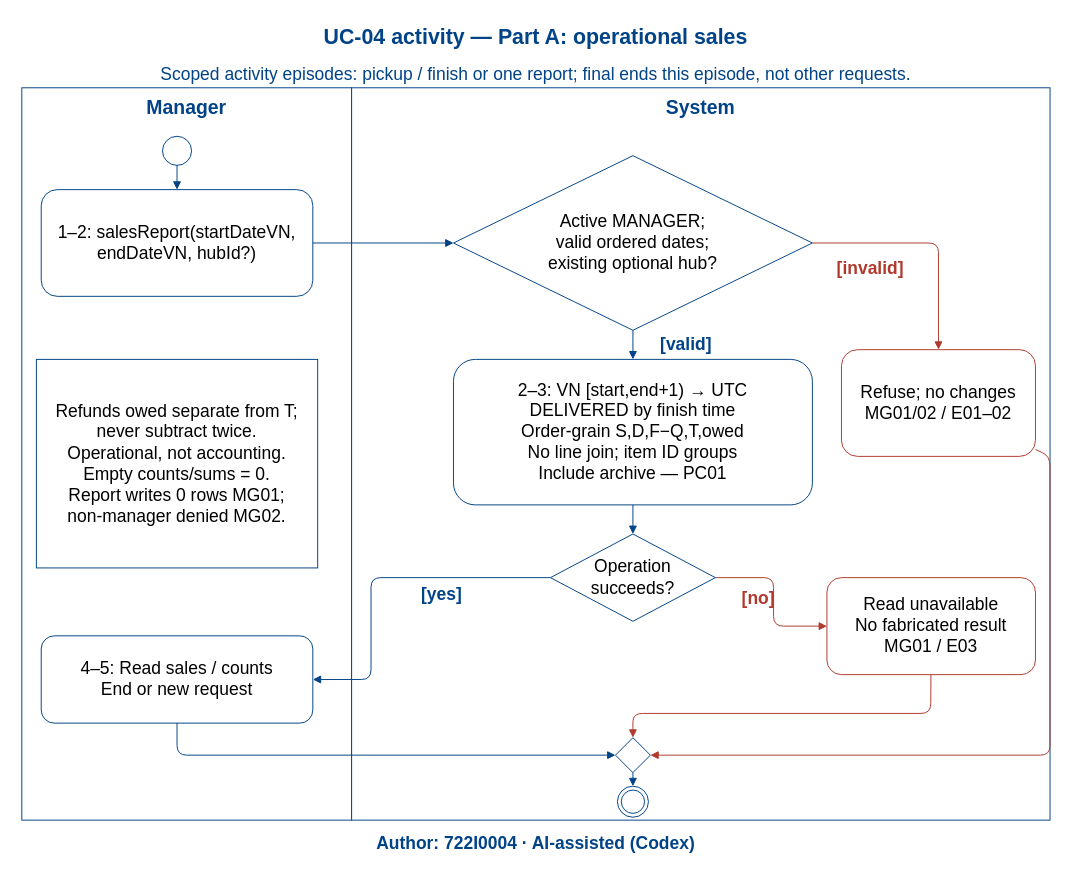
Before: models/UC-04/activity_uc04_PartA.drawio in Dat071104/SaigonBite, a draw.io diagram. Source tidied: cells renumbered, new cells numbered last; positions are measured from the earlier drawing's top-left corner, leaving out a move shared by most shapes. Both pictures are drawn from the tidied source at 97%, with x=0, y=0 at pixel (16, 16).
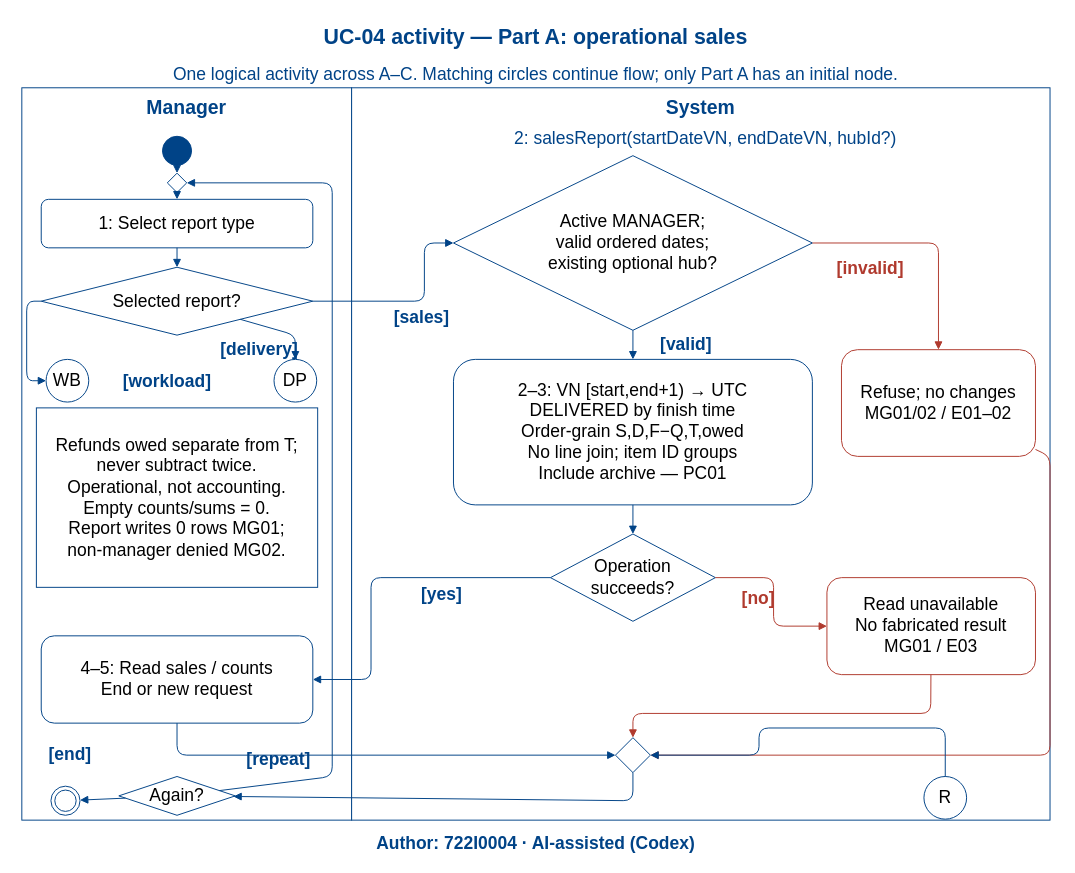
The same diagram, later.

Unchanged cells that the change refers to:
```xml
<mxCell id="10" value="Active MANAGER;&#10;valid ordered dates;&#10;existing optional hub?" style="rhombus;html=0;whiteSpace=wrap;strokeColor=#004387;fillColor=white;fontSize=18;align=center;verticalAlign=middle;" parent="1" vertex="1">
  <mxGeometry x="450" y="143" width="370" height="180" as="geometry" />
</mxCell>
<mxCell id="16" style="rhombus;html=0;whiteSpace=wrap;strokeColor=#004387;fillColor=white;fontSize=18;align=center;verticalAlign=middle;" parent="1" vertex="1">
  <mxGeometry x="617" y="743" width="36" height="36" as="geometry" />
</mxCell>
```

The edit, as a diff of the source:
```diff
@@
-    <mxCell id="8" style="ellipse;html=0;whiteSpace=wrap;strokeColor=#004387;fillColor=white;fontSize=18;align=center;verticalAlign=middle;" parent="1" vertex="1">
+    <mxCell id="8" style="ellipse;html=0;whiteSpace=wrap;strokeColor=#004387;fillColor=#004387;fontSize=18;align=center;verticalAlign=middle;" parent="1" vertex="1">
       <mxGeometry x="150" y="123" width="30" height="30" as="geometry" />
     </mxCell>
-    <mxCell id="9" value="1–2: salesReport(startDateVN,&#10;endDateVN, hubId?)" style="rounded=1;html=0;whiteSpace=wrap;strokeColor=#004387;fillColor=white;fontSize=18;align=center;verticalAlign=middle;" parent="1" vertex="1">
-      <mxGeometry x="25" y="178" width="280" height="110" as="geometry" />
+    <mxCell id="9" value="1: Select report type" style="rounded=1;html=0;whiteSpace=wrap;strokeColor=#004387;fillColor=white;fontSize=18;align=center;verticalAlign=middle;" parent="1" vertex="1">
+      <mxGeometry x="25" y="188" width="280" height="50" as="geometry" />
     </mxCell>
+    <mxCell id="35" value="Selected report?" style="rhombus;html=0;whiteSpace=wrap;strokeColor=#004387;fillColor=white;fontSize=18;align=center;verticalAlign=middle;" parent="1" vertex="1">
+      <mxGeometry x="25" y="258" width="280" height="70" as="geometry" />
+    </mxCell>
@@
+    <mxCell id="36" value="2: salesReport(startDateVN, endDateVN, hubId?)" style="text;html=0;whiteSpace=wrap;fontSize=18;fontColor=#004387;fontStyle=0;align=center;verticalAlign=middle;strokeColor=none;fillColor=none;" parent="1" vertex="1">
+      <mxGeometry x="385" y="112" width="650" height="26" as="geometry" />
+    </mxCell>
@@
+    <mxCell id="37" value="Again?" style="rhombus;html=0;whiteSpace=wrap;strokeColor=#004387;fillColor=white;fontSize=18;align=center;verticalAlign=middle;" parent="1" vertex="1">
+      <mxGeometry x="105" y="783" width="120" height="40" as="geometry" />
+    </mxCell>
     <mxCell id="17" style="shape=endState;html=0;whiteSpace=wrap;strokeColor=#004387;fillColor=white;fontSize=18;align=center;verticalAlign=middle;" parent="1" vertex="1">
-      <mxGeometry x="619" y="793" width="32" height="32" as="geometry" />
+      <mxGeometry x="35" y="793" width="30" height="30" as="geometry" />
     </mxCell>
+    <mxCell id="38" value="R" style="ellipse;html=0;whiteSpace=wrap;strokeColor=#004387;fillColor=white;fontSize=18;align=center;verticalAlign=middle;" parent="1" vertex="1">
+      <mxGeometry x="935" y="783" width="44" height="44" as="geometry" />
+    </mxCell>
+    <mxCell id="39" style="rhombus;html=0;whiteSpace=wrap;strokeColor=#004387;fillColor=white;fontSize=18;align=center;verticalAlign=middle;" parent="1" vertex="1">
+      <mxGeometry x="155" y="161" width="20" height="20" as="geometry" />
+    </mxCell>
     <mxCell id="18" value="Refunds owed separate from T;&#10;never subtract twice.&#10;Operational, not accounting.&#10;Empty counts/sums = 0.&#10;Report writes 0 rows MG01;&#10;non-manager denied MG02." style="rounded=0;html=0;whiteSpace=wrap;strokeColor=#004387;fillColor=white;fontSize=18;align=center;verticalAlign=middle;" parent="1" vertex="1">
-      <mxGeometry x="20" y="353" width="290" height="215" as="geometry" />
+      <mxGeometry x="20" y="403" width="290" height="185" as="geometry" />
     </mxCell>
-    <mxCell id="19" style="edgeStyle=none;html=0;endArrow=block;strokeColor=#004387;" parent="1" edge="1" source="8" target="9">
+    <mxCell id="19" style="edgeStyle=none;html=0;endArrow=block;strokeColor=#004387;" parent="1" edge="1" source="8" target="39">
       <mxGeometry relative="1" as="geometry" />
     </mxCell>
+    <mxCell id="40" style="edgeStyle=none;html=0;endArrow=block;strokeColor=#004387;" parent="1" edge="1" source="39" target="9">
+      <mxGeometry relative="1" as="geometry" />
+    </mxCell>
+    <mxCell id="41" style="edgeStyle=none;html=0;endArrow=block;strokeColor=#004387;" parent="1" edge="1" source="9" target="35">
+      <mxGeometry relative="1" as="geometry" />
+    </mxCell>
-    <mxCell id="20" style="edgeStyle=none;html=0;endArrow=block;strokeColor=#004387;" parent="1" edge="1" source="9" target="10">
-      <mxGeometry relative="1" as="geometry" />
+    <mxCell id="20" style="edgeStyle=none;html=0;endArrow=block;strokeColor=#004387;" parent="1" edge="1" source="35" target="10">
+      <mxGeometry relative="1" as="geometry">
+        <Array as="points">
+          <mxPoint x="420" y="293" />
+          <mxPoint x="420" y="233" />
+        </Array>
+      </mxGeometry>
     </mxCell>
+    <mxCell id="42" value="[sales]" style="text;html=0;whiteSpace=wrap;fontSize=18;fontColor=#004387;fontStyle=1;align=center;verticalAlign=middle;strokeColor=none;fillColor=none;" parent="1" vertex="1">
+      <mxGeometry x="355" y="297" width="125" height="26" as="geometry" />
+    </mxCell>
+    <mxCell id="43" value="WB" style="ellipse;html=0;whiteSpace=wrap;strokeColor=#004387;fillColor=white;fontSize=18;align=center;verticalAlign=middle;" parent="1" vertex="1">
+      <mxGeometry x="30" y="353" width="44" height="44" as="geometry" />
+    </mxCell>
+    <mxCell id="44" value="DP" style="ellipse;html=0;whiteSpace=wrap;strokeColor=#004387;fillColor=white;fontSize=18;align=center;verticalAlign=middle;" parent="1" vertex="1">
+      <mxGeometry x="265" y="353" width="44" height="44" as="geometry" />
+    </mxCell>
+    <mxCell id="45" style="edgeStyle=none;html=0;endArrow=block;strokeColor=#004387;" parent="1" edge="1" source="35" target="43">
+      <mxGeometry relative="1" as="geometry">
+        <Array as="points">
+          <mxPoint x="10" y="293" />
+          <mxPoint x="10" y="375" />
+        </Array>
+      </mxGeometry>
+    </mxCell>
+    <mxCell id="46" value="[workload]" style="text;html=0;whiteSpace=wrap;fontSize=18;fontColor=#004387;fontStyle=1;align=center;verticalAlign=middle;strokeColor=none;fillColor=none;" parent="1" vertex="1">
+      <mxGeometry x="80" y="363" width="150" height="26" as="geometry" />
+    </mxCell>
+    <mxCell id="47" style="edgeStyle=none;html=0;endArrow=block;strokeColor=#004387;" parent="1" edge="1" source="35" target="44">
+      <mxGeometry relative="1" as="geometry">
+        <Array as="points">
+          <mxPoint x="287" y="328" />
+        </Array>
+      </mxGeometry>
+    </mxCell>
+    <mxCell id="48" value="[delivery]" style="text;html=0;whiteSpace=wrap;fontSize=18;fontColor=#004387;fontStyle=1;align=center;verticalAlign=middle;strokeColor=none;fillColor=none;" parent="1" vertex="1">
+      <mxGeometry x="190" y="330" width="120" height="26" as="geometry" />
+    </mxCell>
@@
-    <mxCell id="33" style="edgeStyle=none;html=0;endArrow=block;strokeColor=#004387;" parent="1" edge="1" source="16" target="17">
-      <mxGeometry relative="1" as="geometry" />
+    <mxCell id="33" style="edgeStyle=none;html=0;endArrow=block;strokeColor=#004387;" parent="1" edge="1" source="16" target="37">
+      <mxGeometry relative="1" as="geometry">
+        <Array as="points">
+          <mxPoint x="635" y="808" />
+        </Array>
+      </mxGeometry>
     </mxCell>
+    <mxCell id="49" style="edgeStyle=none;html=0;endArrow=block;strokeColor=#004387;" parent="1" edge="1" source="37" target="39">
+      <mxGeometry relative="1" as="geometry">
+        <Array as="points">
+          <mxPoint x="325" y="783" />
+          <mxPoint x="325" y="171" />
+        </Array>
+      </mxGeometry>
+    </mxCell>
+    <mxCell id="50" value="[repeat]" style="text;html=0;whiteSpace=wrap;fontSize=18;fontColor=#004387;fontStyle=1;align=center;verticalAlign=middle;strokeColor=none;fillColor=none;" parent="1" vertex="1">
+      <mxGeometry x="215" y="753" width="110" height="26" as="geometry" />
+    </mxCell>
+    <mxCell id="51" style="edgeStyle=none;html=0;endArrow=block;strokeColor=#004387;" parent="1" edge="1" source="37" target="17">
+      <mxGeometry relative="1" as="geometry" />
+    </mxCell>
+    <mxCell id="52" value="[end]" style="text;html=0;whiteSpace=wrap;fontSize=18;fontColor=#004387;fontStyle=1;align=center;verticalAlign=middle;strokeColor=none;fillColor=none;" parent="1" vertex="1">
+      <mxGeometry x="15" y="748" width="80" height="26" as="geometry" />
+    </mxCell>
+    <mxCell id="53" style="edgeStyle=none;html=0;endArrow=block;strokeColor=#004387;" parent="1" edge="1" source="38" target="16">
+      <mxGeometry relative="1" as="geometry">
+        <Array as="points">
+          <mxPoint x="957" y="733" />
+          <mxPoint x="765" y="733" />
+          <mxPoint x="765" y="761" />
+        </Array>
+      </mxGeometry>
+    </mxCell>
-    <mxCell id="34" value="Scoped activity episodes: pickup / finish or one report; final ends this episode, not other requests." style="text;html=0;whiteSpace=wrap;fontSize=18;fontColor=#004387;fontStyle=0;align=center;verticalAlign=middle;strokeColor=none;fillColor=none;" parent="1" vertex="1">
+    <mxCell id="34" value="One logical activity across A–C. Matching circles continue flow; only Part A has an initial node." style="text;html=0;whiteSpace=wrap;fontSize=18;fontColor=#004387;fontStyle=0;align=center;verticalAlign=middle;strokeColor=none;fillColor=none;" parent="1" vertex="1">
       <mxGeometry y="46" width="1070" height="26" as="geometry" />
     </mxCell>
```
